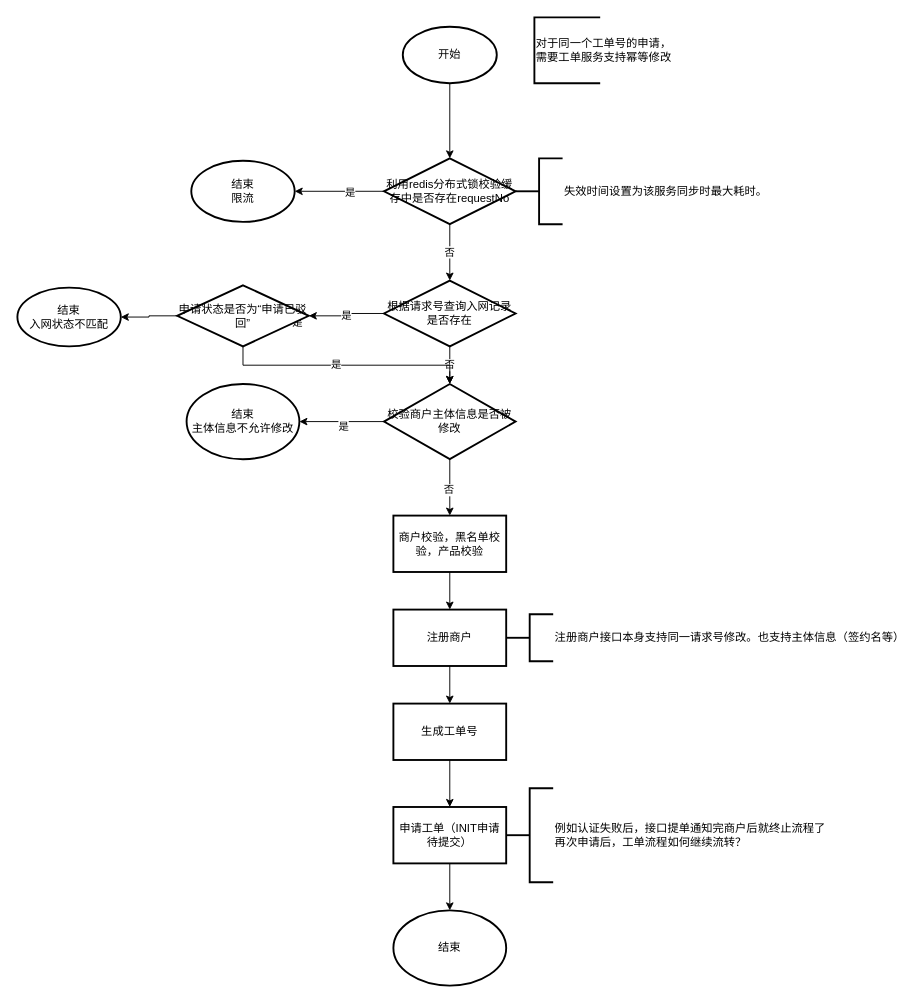
fengyong7723131/work keeps this draw.io diagram as Untitled Diagram.drawio. Above is the earlier version. Source tidied: cells renumbered, new cells numbered last; positions are measured from the earlier drawing's top-left corner, leaving out a move shared by most shapes. Both pictures are drawn from the tidied source at 94%, with x=0, y=0 at pixel (17, 17).
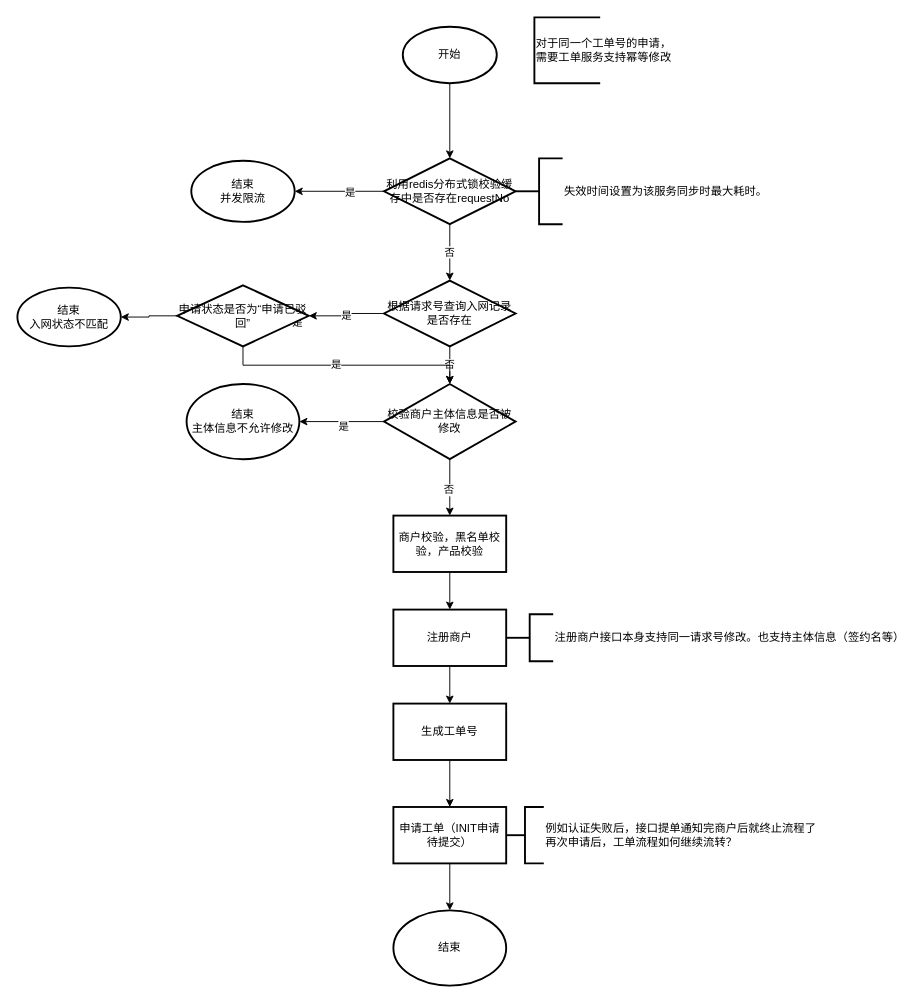
The same diagram, later.

Change to the diagram source:
```diff
@@
-    <mxCell id="28" value="结束&lt;br&gt;限流" style="ellipse;whiteSpace=wrap;html=1;strokeWidth=2;" parent="1" vertex="1">
+    <mxCell id="28" value="结束&lt;br&gt;并发限流" style="ellipse;whiteSpace=wrap;html=1;strokeWidth=2;" parent="1" vertex="1">
       <mxGeometry x="185" y="152.5" width="110" height="65" as="geometry" />
     </mxCell>
@@
     <mxCell id="37" value="例如认证失败后，接口提单通知完商户后就终止流程了&lt;br&gt;再次申请后，工单流程如何继续流转？" style="strokeWidth=2;html=1;shape=mxgraph.flowchart.annotation_2;align=left;labelPosition=right;" parent="1" vertex="1">
-      <mxGeometry x="520" y="820" width="50" height="100" as="geometry" />
+      <mxGeometry x="520" y="840" width="40" height="60" as="geometry" />
     </mxCell>
```
